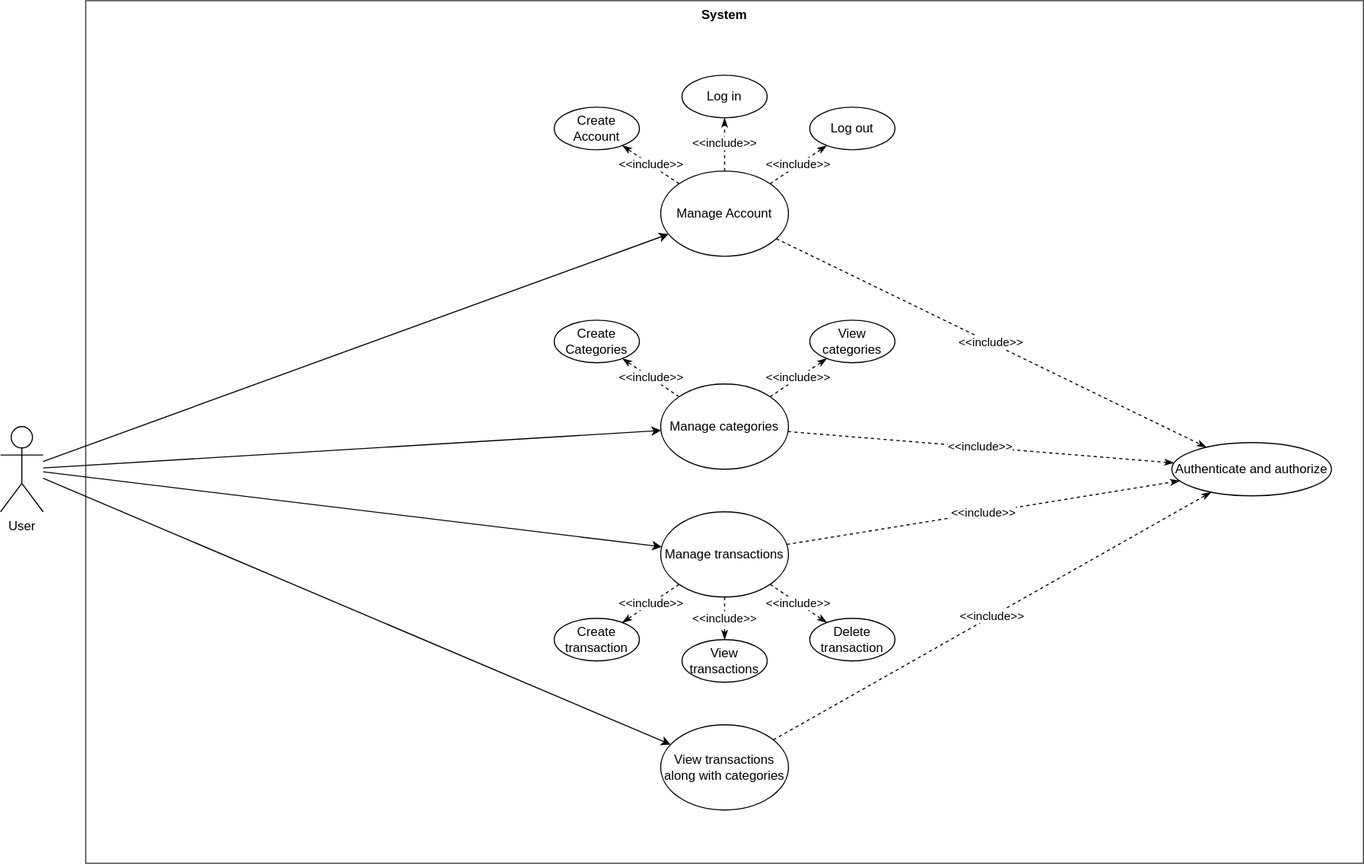
The draw.io diagram diagrams/UseCaseDiagramV1.svg in pucciorenzo/softengTesting, before a commit. Source tidied: cells renumbered, new cells last; positions are measured from the earlier drawing's top-left corner, leaving out a move shared by most shapes.
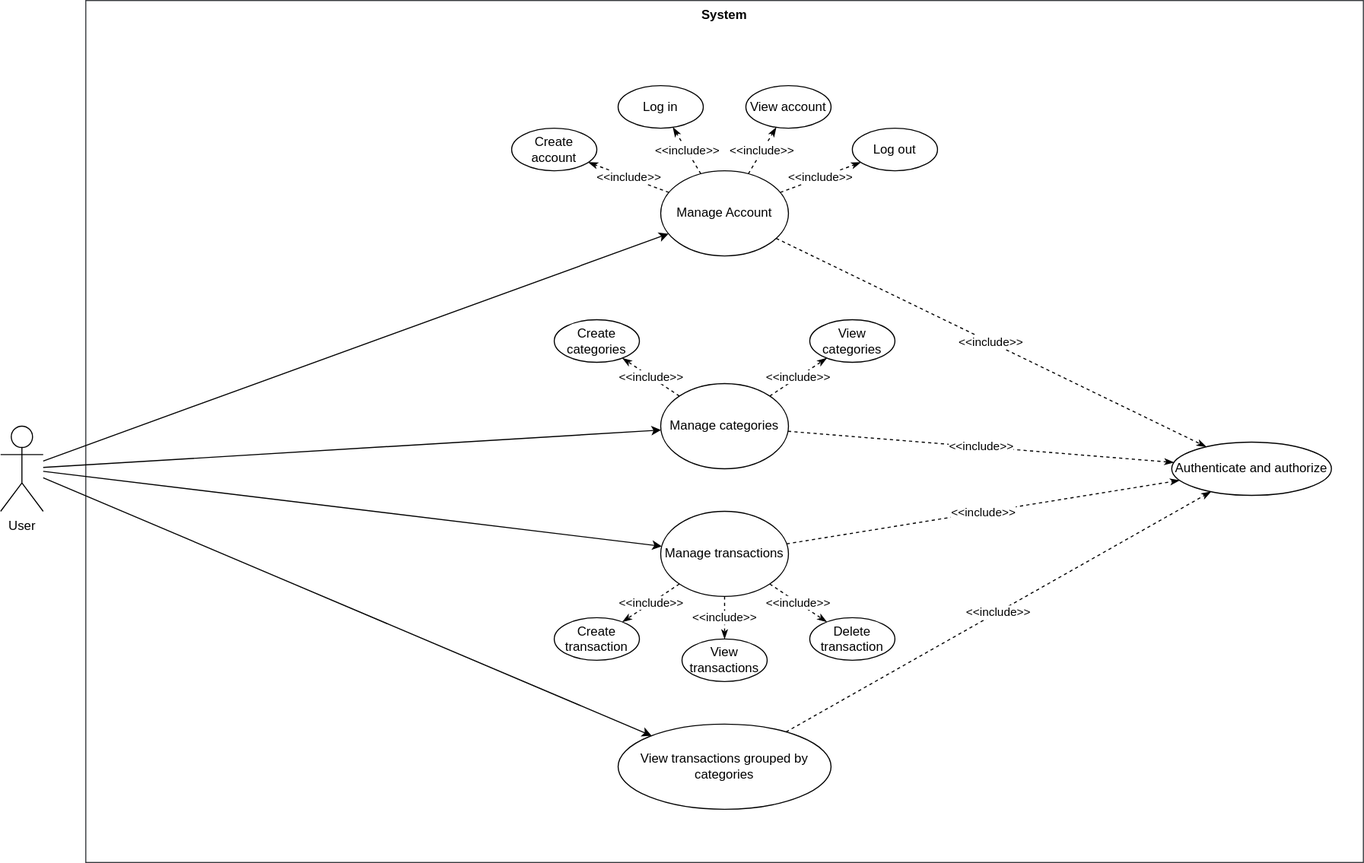
Later version of the same file.

Commit message:
added view account

What changed in the source:
```diff
@@ -21,16 +21,16 @@
       <mxGeometry x="620" y="160" width="120" height="80" as="geometry" />
     </mxCell>
     <mxCell id="8" value="Log in" style="ellipse;whiteSpace=wrap;html=1;" parent="1" vertex="1">
-      <mxGeometry x="640" y="70" width="80" height="40" as="geometry" />
+      <mxGeometry x="580" y="80" width="80" height="40" as="geometry" />
     </mxCell>
     <mxCell id="9" value="Log out" style="ellipse;whiteSpace=wrap;html=1;" parent="1" vertex="1">
-      <mxGeometry x="760" y="100" width="80" height="40" as="geometry" />
+      <mxGeometry x="800" y="120" width="80" height="40" as="geometry" />
     </mxCell>
     <mxCell id="10" value="Manage categories" style="ellipse;whiteSpace=wrap;html=1;" parent="1" vertex="1">
       <mxGeometry x="620" y="360" width="120" height="80" as="geometry" />
     </mxCell>
-    <mxCell id="11" value="View transactions along with categories" style="ellipse;whiteSpace=wrap;html=1;" parent="1" vertex="1">
-      <mxGeometry x="620" y="680" width="120" height="80" as="geometry" />
+    <mxCell id="11" value="View transactions grouped by categories" style="ellipse;whiteSpace=wrap;html=1;" parent="1" vertex="1">
+      <mxGeometry x="580" y="680" width="200" height="80" as="geometry" />
     </mxCell>
     <mxCell id="12" value="View categories" style="ellipse;whiteSpace=wrap;html=1;" parent="1" vertex="1">
       <mxGeometry x="760" y="300" width="80" height="40" as="geometry" />
@@ -44,7 +44,7 @@
     <mxCell id="15" value="Authenticate and authorize" style="ellipse;whiteSpace=wrap;html=1;" parent="1" vertex="1">
       <mxGeometry x="1100" y="415" width="150" height="50" as="geometry" />
     </mxCell>
-    <mxCell id="16" value="Create Categories" style="ellipse;whiteSpace=wrap;html=1;" parent="1" vertex="1">
+    <mxCell id="16" value="Create categories" style="ellipse;whiteSpace=wrap;html=1;" parent="1" vertex="1">
       <mxGeometry x="520" y="300" width="80" height="40" as="geometry" />
     </mxCell>
     <mxCell id="17" value="&amp;lt;&amp;lt;include&amp;gt;&amp;gt;" style="endArrow=classicThin;dashed=1;html=1;rounded=0;endFill=1;" parent="1" edge="1" source="10" target="12">
@@ -77,8 +77,8 @@
     <mxCell id="26" value="&amp;lt;&amp;lt;include&amp;gt;&amp;gt;" style="endArrow=classicThin;dashed=1;html=1;rounded=0;endFill=1;" parent="1" edge="1" source="7" target="9">
       <mxGeometry relative="1" as="geometry" />
     </mxCell>
-    <mxCell id="27" value="Create Account" style="ellipse;whiteSpace=wrap;html=1;" parent="1" vertex="1">
-      <mxGeometry x="520" y="100" width="80" height="40" as="geometry" />
+    <mxCell id="27" value="Create account" style="ellipse;whiteSpace=wrap;html=1;" parent="1" vertex="1">
+      <mxGeometry x="480" y="120" width="80" height="40" as="geometry" />
     </mxCell>
     <mxCell id="28" value="&amp;lt;&amp;lt;include&amp;gt;&amp;gt;" style="endArrow=classicThin;dashed=1;html=1;rounded=0;endFill=1;" parent="1" edge="1" source="7" target="15">
       <mxGeometry relative="1" as="geometry" />
@@ -95,5 +95,11 @@
     <mxCell id="32" value="&amp;lt;&amp;lt;include&amp;gt;&amp;gt;" style="endArrow=classicThin;dashed=1;html=1;rounded=0;endFill=1;" parent="1" edge="1" source="14" target="19">
       <mxGeometry relative="1" as="geometry" />
     </mxCell>
+    <mxCell id="33" value="View account" style="ellipse;whiteSpace=wrap;html=1;" parent="1" vertex="1">
+      <mxGeometry x="700" y="80" width="80" height="40" as="geometry" />
+    </mxCell>
+    <mxCell id="34" value="&amp;lt;&amp;lt;include&amp;gt;&amp;gt;" style="endArrow=classicThin;dashed=1;html=1;rounded=0;endFill=1;" parent="1" edge="1" source="7" target="33">
+      <mxGeometry relative="1" as="geometry" />
+    </mxCell>
   </root>
 </mxGraphModel>
```
